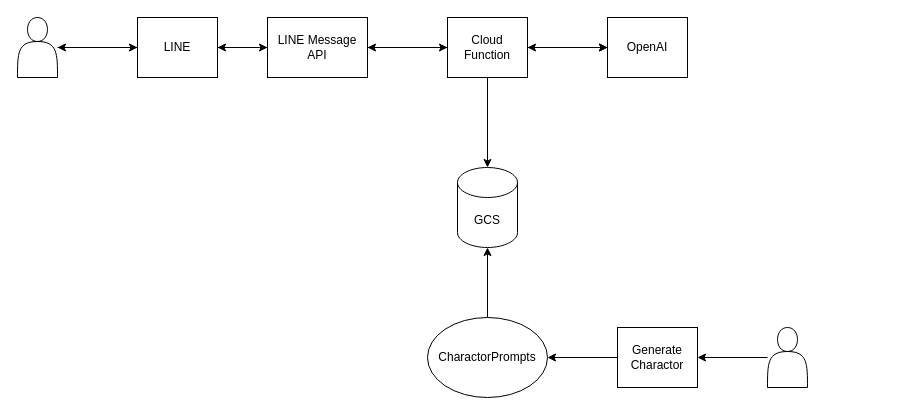
konumaru/love_simulation_chatbot keeps this draw.io diagram as docs/System.dio. Above is the earlier version. Source tidied: cells renumbered, new cells numbered last; positions are measured from the earlier drawing's top-left corner, leaving out a move shared by most shapes. Both pictures are drawn from the tidied source at 100%, with x=0, y=0 at pixel (17, 17).
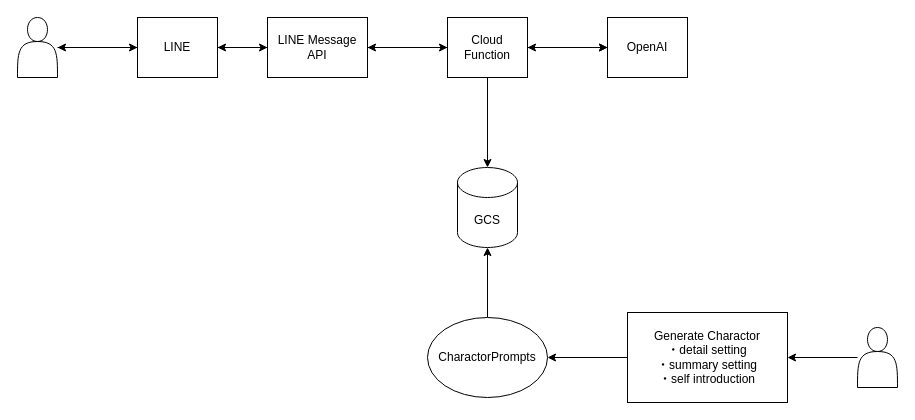
The same page after the edit.

Change to the diagram source:
```diff
@@
     <mxCell id="21" style="shape=actor;whiteSpace=wrap;html=1;" parent="1" vertex="1">
-      <mxGeometry x="750" y="310" width="40" height="60" as="geometry" />
+      <mxGeometry x="840" y="310" width="40" height="60" as="geometry" />
     </mxCell>
@@
-    <mxCell id="23" value="Generate Charactor" style="whiteSpace=wrap;html=1;rounded=0;" parent="1" vertex="1">
-      <mxGeometry x="600" y="310" width="80" height="60" as="geometry" />
+    <mxCell id="23" value="Generate Charactor&lt;br&gt;・detail setting&lt;br&gt;・summary setting&lt;br&gt;・self introduction" style="whiteSpace=wrap;html=1;rounded=0;" parent="1" vertex="1">
+      <mxGeometry x="610" y="295" width="160" height="90" as="geometry" />
     </mxCell>
```
